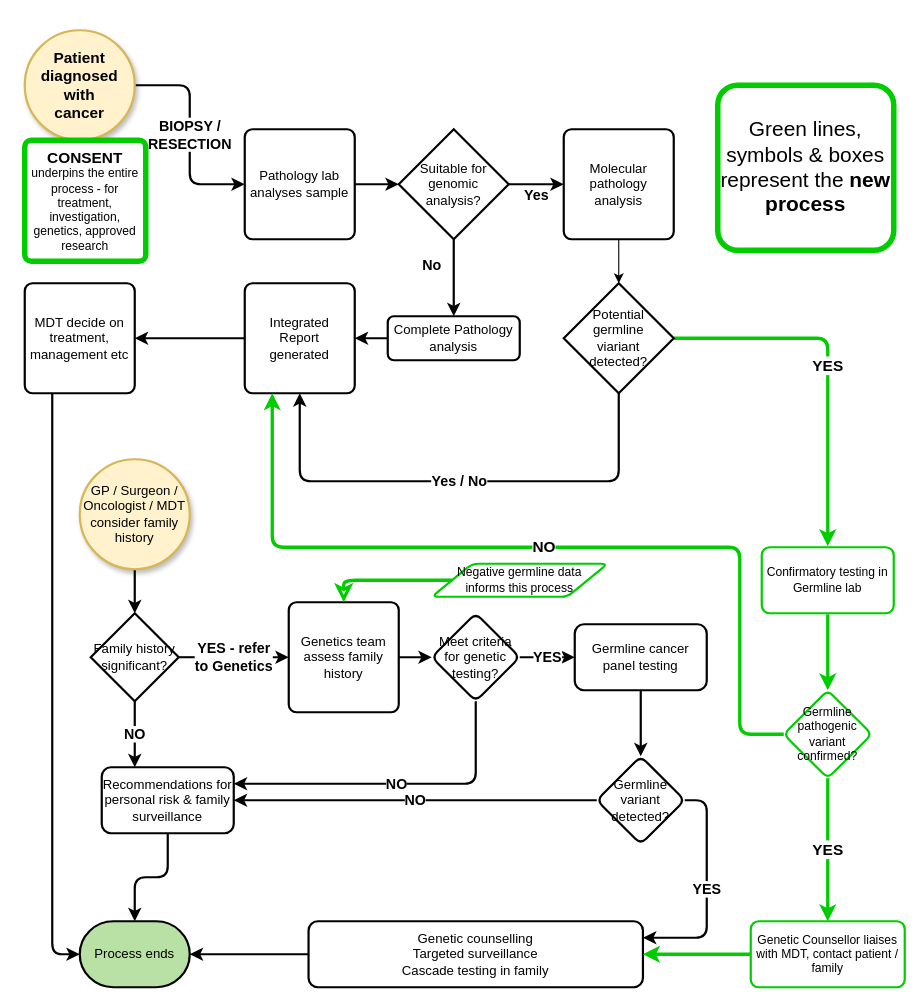
Before: BasicCancerFlow.drawio in mckeelab/cancerflow, a draw.io diagram. Source tidied: cells renumbered, new cells numbered last; positions are measured from the earlier drawing's top-left corner, leaving out a move shared by most shapes. Both pictures are drawn from the tidied source at 110%, with x=0, y=0 at pixel (24, 30).
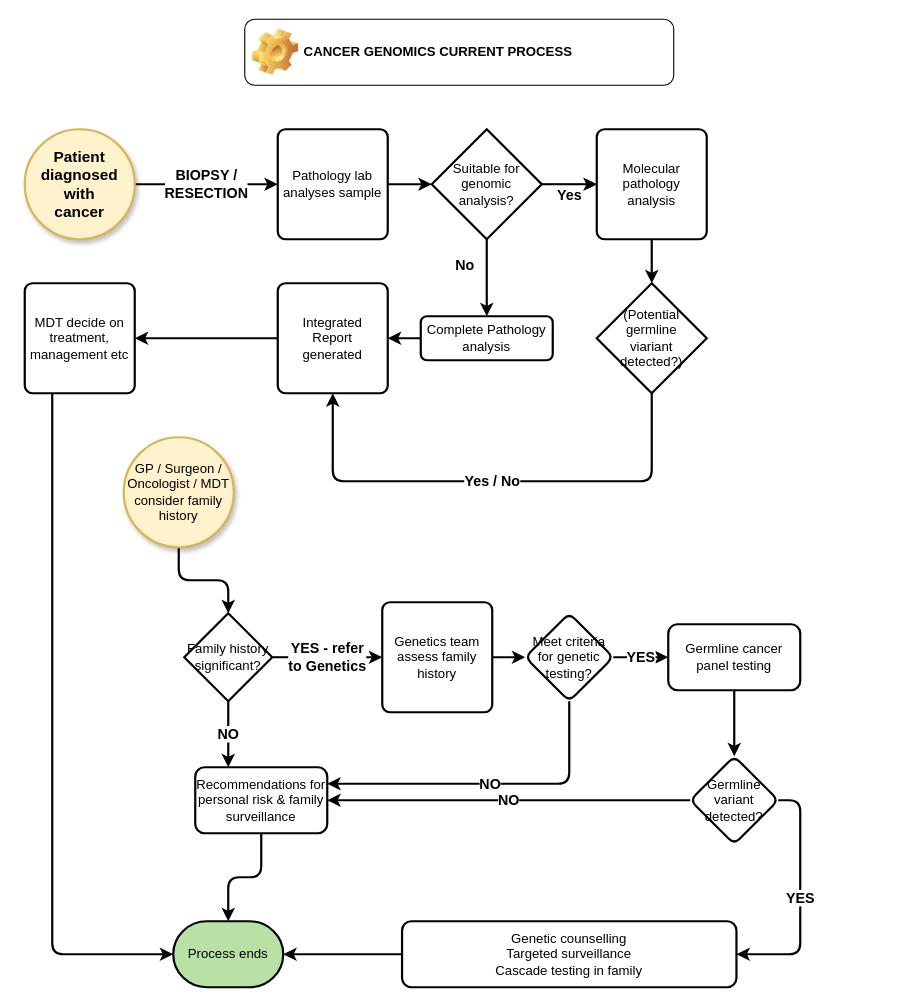
After the change.

What changed in the source:
```diff
@@
     <mxCell id="5" value="Complete Pathology analysis" style="rounded=1;whiteSpace=wrap;html=1;fontSize=12;glass=0;strokeWidth=2;shadow=0;arcSize=14;" parent="1" vertex="1">
-      <mxGeometry x="330" y="260" width="120" height="40" as="geometry" />
+      <mxGeometry x="360" y="260" width="120" height="40" as="geometry" />
     </mxCell>
@@
     <mxCell id="7" value="Pathology lab analyses sample" style="rounded=1;whiteSpace=wrap;html=1;absoluteArcSize=1;arcSize=14;strokeWidth=2;" parent="1" vertex="1">
-      <mxGeometry x="200" y="90" width="100" height="100" as="geometry" />
+      <mxGeometry x="230" y="90" width="100" height="100" as="geometry" />
     </mxCell>
+    <mxCell id="52" style="edgeStyle=orthogonalEdgeStyle;rounded=0;jettySize=auto;html=1;" parent="1" edge="1" source="8" target="11">
+      <mxGeometry relative="1" as="geometry" />
+    </mxCell>
     <mxCell id="8" value="Suitable for genomic analysis?" style="strokeWidth=2;html=1;shape=mxgraph.flowchart.decision;whiteSpace=wrap;rounded=1;arcSize=14;" parent="1" vertex="1">
-      <mxGeometry x="340" y="90" width="100" height="100" as="geometry" />
+      <mxGeometry x="370" y="90" width="100" height="100" as="geometry" />
     </mxCell>
@@
-    <mxCell id="10" style="edgeStyle=orthogonalEdgeStyle;rounded=1;jettySize=auto;html=1;entryX=0.5;entryY=0;entryDx=0;entryDy=0;entryPerimeter=0;" parent="1" edge="1" source="11" target="14">
+    <mxCell id="10" style="edgeStyle=orthogonalEdgeStyle;rounded=1;jettySize=auto;html=1;endArrow=none;fontSize=13;endFill=0;endSize=8;strokeWidth=2;shadow=0;startArrow=classic;startFill=1;fontStyle=1;exitX=0.5;exitY=0;exitDx=0;exitDy=0;exitPerimeter=0;" parent="1" edge="1" source="14" target="11">
       <mxGeometry relative="1" as="geometry" />
     </mxCell>
     <mxCell id="11" value="Molecular pathology analysis" style="rounded=1;whiteSpace=wrap;html=1;absoluteArcSize=1;arcSize=14;strokeWidth=2;" parent="1" vertex="1">
-      <mxGeometry x="490" y="90" width="100" height="100" as="geometry" />
+      <mxGeometry x="520" y="90" width="100" height="100" as="geometry" />
     </mxCell>
     <mxCell id="12" value="Yes / No" style="edgeStyle=orthogonalEdgeStyle;rounded=1;jettySize=auto;html=1;entryX=0.5;entryY=1;entryDx=0;entryDy=0;exitX=0.5;exitY=1;exitDx=0;exitDy=0;endArrow=none;fontSize=13;startArrow=classic;startFill=1;endFill=0;fontStyle=1;strokeWidth=2;entryPerimeter=0;" parent="1" edge="1" source="16" target="14">
       <mxGeometry relative="1" as="geometry">
         <Array as="points">
-          <mxPoint x="250" y="410" />
-          <mxPoint x="540" y="410" />
+          <mxPoint x="280" y="410" />
+          <mxPoint x="570" y="410" />
         </Array>
       </mxGeometry>
     </mxCell>
-    <mxCell id="13" value="YES" style="edgeStyle=orthogonalEdgeStyle;shape=connector;rounded=1;jettySize=auto;html=1;labelBackgroundColor=default;strokeColor=#00CC00;fontFamily=Helvetica;fontSize=14;fontColor=default;endArrow=classic;strokeWidth=3;fontStyle=1;" parent="1" edge="1" source="14" target="42">
-      <mxGeometry relative="1" as="geometry" />
-    </mxCell>
-    <mxCell id="14" value="Potential &lt;br&gt;germline &lt;br&gt;viariant &lt;br&gt;detected?" style="strokeWidth=2;html=1;shape=mxgraph.flowchart.decision;whiteSpace=wrap;rounded=1;arcSize=14;" parent="1" vertex="1">
-      <mxGeometry x="490" y="230" width="100" height="100" as="geometry" />
+    <mxCell id="14" value="(Potential &lt;br&gt;germline &lt;br&gt;viariant &lt;br&gt;detected?)" style="strokeWidth=2;html=1;shape=mxgraph.flowchart.decision;whiteSpace=wrap;rounded=1;arcSize=14;" parent="1" vertex="1">
+      <mxGeometry x="520" y="230" width="100" height="100" as="geometry" />
     </mxCell>
@@
     <mxCell id="16" value="Integrated &lt;br&gt;Report &lt;br&gt;generated" style="rounded=1;whiteSpace=wrap;html=1;absoluteArcSize=1;arcSize=14;strokeWidth=2;" parent="1" vertex="1">
-      <mxGeometry x="200" y="230" width="100" height="100" as="geometry" />
+      <mxGeometry x="230" y="230" width="100" height="100" as="geometry" />
     </mxCell>
@@
     <mxCell id="19" value="Patient &lt;br style=&quot;font-size: 14px;&quot;&gt;diagnosed with &lt;br style=&quot;font-size: 14px;&quot;&gt;cancer" style="strokeWidth=2;html=1;shape=mxgraph.flowchart.start_2;whiteSpace=wrap;fillColor=#fff2cc;strokeColor=#d6b656;shadow=1;fontSize=14;fontStyle=1;" parent="1" vertex="1">
-      <mxGeometry width="100" height="100" as="geometry" />
+      <mxGeometry y="90" width="100" height="100" as="geometry" />
     </mxCell>
@@
     <mxCell id="21" value="GP / Surgeon / Oncologist / MDT consider family history" style="strokeWidth=2;html=1;shape=mxgraph.flowchart.start_2;whiteSpace=wrap;fillColor=#fff2cc;strokeColor=#d6b656;shadow=1;" parent="1" vertex="1">
-      <mxGeometry x="50" y="390" width="100" height="100" as="geometry" />
+      <mxGeometry x="90" y="370" width="100" height="100" as="geometry" />
     </mxCell>
@@
     <mxCell id="23" style="edgeStyle=orthogonalEdgeStyle;rounded=0;jettySize=auto;html=1;" parent="1" edge="1" source="24">
       <mxGeometry relative="1" as="geometry">
-        <mxPoint x="200" y="570" as="targetPoint" />
+        <mxPoint x="285" y="570" as="targetPoint" />
       </mxGeometry>
     </mxCell>
     <mxCell id="24" value="Family history significant?" style="rhombus;whiteSpace=wrap;html=1;strokeWidth=2;" parent="1" vertex="1">
-      <mxGeometry x="60" y="530" width="80" height="80" as="geometry" />
+      <mxGeometry x="145" y="530" width="80" height="80" as="geometry" />
     </mxCell>
     <mxCell id="25" value="Process ends" style="strokeWidth=2;html=1;shape=mxgraph.flowchart.terminator;whiteSpace=wrap;fillColor=#B9E0A5;" parent="1" vertex="1">
-      <mxGeometry x="50" y="810" width="100" height="60" as="geometry" />
+      <mxGeometry x="135" y="810" width="100" height="60" as="geometry" />
     </mxCell>
@@
     <mxCell id="28" value="Genetics team assess family history" style="rounded=1;whiteSpace=wrap;html=1;absoluteArcSize=1;arcSize=14;strokeWidth=2;" parent="1" vertex="1">
-      <mxGeometry x="240" y="520" width="100" height="100" as="geometry" />
+      <mxGeometry x="325" y="520" width="100" height="100" as="geometry" />
     </mxCell>
@@
     <mxCell id="31" value="Meet criteria for genetic testing?" style="rhombus;whiteSpace=wrap;html=1;rounded=1;arcSize=14;strokeWidth=2;" parent="1" vertex="1">
-      <mxGeometry x="370" y="530" width="80" height="80" as="geometry" />
+      <mxGeometry x="455" y="530" width="80" height="80" as="geometry" />
     </mxCell>
@@
     <mxCell id="33" value="Recommendations for personal risk &amp;amp; family surveillance" style="whiteSpace=wrap;html=1;rounded=1;arcSize=14;strokeWidth=2;" parent="1" vertex="1">
-      <mxGeometry x="70" y="670" width="120" height="60" as="geometry" />
+      <mxGeometry x="155" y="670" width="120" height="60" as="geometry" />
     </mxCell>
@@
     <mxCell id="35" value="Germline cancer panel testing" style="whiteSpace=wrap;html=1;rounded=1;arcSize=14;strokeWidth=2;" parent="1" vertex="1">
-      <mxGeometry x="500" y="540" width="120" height="60" as="geometry" />
+      <mxGeometry x="585" y="540" width="120" height="60" as="geometry" />
     </mxCell>
@@
-    <mxCell id="37" value="YES" style="edgeStyle=orthogonalEdgeStyle;rounded=1;jettySize=auto;html=1;exitX=1;exitY=0.25;exitDx=0;exitDy=0;entryX=1;entryY=0.5;entryDx=0;entryDy=0;endArrow=none;fontSize=13;startArrow=classic;startFill=1;endFill=0;fontStyle=1;strokeWidth=2;" parent="1" edge="1" source="40" target="38">
+    <mxCell id="37" value="YES" style="edgeStyle=orthogonalEdgeStyle;rounded=1;jettySize=auto;html=1;exitX=1;exitY=0.5;exitDx=0;exitDy=0;entryX=1;entryY=0.5;entryDx=0;entryDy=0;endArrow=none;fontSize=13;startArrow=classic;startFill=1;endFill=0;fontStyle=1;strokeWidth=2;" parent="1" edge="1" source="40" target="38">
       <mxGeometry relative="1" as="geometry" />
     </mxCell>
     <mxCell id="38" value="Germline&lt;br&gt;variant&lt;br&gt;detected?" style="rhombus;whiteSpace=wrap;html=1;rounded=1;arcSize=14;strokeWidth=2;" parent="1" vertex="1">
-      <mxGeometry x="520" y="660" width="80" height="80" as="geometry" />
+      <mxGeometry x="605" y="660" width="80" height="80" as="geometry" />
     </mxCell>
@@
     <mxCell id="40" value="Genetic counselling&lt;br&gt;Targeted surveillance&lt;br&gt;Cascade testing in family" style="whiteSpace=wrap;html=1;rounded=1;arcSize=14;strokeWidth=2;" parent="1" vertex="1">
-      <mxGeometry x="258" y="810" width="304" height="60" as="geometry" />
+      <mxGeometry x="343" y="810" width="304" height="60" as="geometry" />
     </mxCell>
-    <mxCell id="41" style="edgeStyle=orthogonalEdgeStyle;shape=connector;rounded=1;jettySize=auto;html=1;labelBackgroundColor=default;strokeColor=#00CC00;fontFamily=Helvetica;fontSize=11;fontColor=default;endArrow=classic;strokeWidth=3;" parent="1" edge="1" source="42" target="45">
-      <mxGeometry relative="1" as="geometry" />
-    </mxCell>
-    <mxCell id="42" value="Confirmatory testing in Germline lab" style="whiteSpace=wrap;html=1;strokeWidth=2;perimeterSpacing=1;rounded=1;fontSize=11;strokeColor=#00CC00;arcSize=12;" parent="1" vertex="1">
-      <mxGeometry x="670" y="470" width="120" height="60" as="geometry" />
-    </mxCell>
-    <mxCell id="43" value="NO" style="edgeStyle=orthogonalEdgeStyle;shape=connector;rounded=1;jettySize=auto;html=1;labelBackgroundColor=default;strokeColor=#00CC00;fontFamily=Helvetica;fontSize=14;fontColor=default;endArrow=classic;strokeWidth=3;entryX=0.25;entryY=1;entryDx=0;entryDy=0;fontStyle=1;" parent="1" edge="1" source="45" target="16">
-      <mxGeometry relative="1" as="geometry">
-        <Array as="points">
-          <mxPoint x="650" y="640" />
-          <mxPoint x="650" y="470" />
-          <mxPoint x="225" y="470" />
-        </Array>
-      </mxGeometry>
-    </mxCell>
-    <mxCell id="44" value="YES" style="edgeStyle=orthogonalEdgeStyle;shape=connector;rounded=1;jettySize=auto;html=1;labelBackgroundColor=default;strokeColor=#00CC00;fontFamily=Helvetica;fontSize=14;fontColor=default;endArrow=classic;strokeWidth=3;fontStyle=1;" parent="1" edge="1" source="45" target="47">
-      <mxGeometry relative="1" as="geometry" />
-    </mxCell>
-    <mxCell id="45" value="Germline pathogenic variant confirmed?" style="rhombus;whiteSpace=wrap;html=1;strokeWidth=2;rounded=1;fontSize=11;strokeColor=#00CC00;arcSize=12;" parent="1" vertex="1">
-      <mxGeometry x="690" y="600" width="80" height="80" as="geometry" />
-    </mxCell>
-    <mxCell id="46" style="edgeStyle=orthogonalEdgeStyle;shape=connector;rounded=1;jettySize=auto;html=1;entryX=1;entryY=0.5;entryDx=0;entryDy=0;labelBackgroundColor=default;strokeColor=#00CC00;fontFamily=Helvetica;fontSize=11;fontColor=default;endArrow=classic;strokeWidth=3;" parent="1" edge="1" source="47" target="40">
-      <mxGeometry relative="1" as="geometry" />
-    </mxCell>
-    <mxCell id="47" value="Genetic Counsellor liaises with MDT, contact patient / family" style="whiteSpace=wrap;html=1;strokeWidth=2;rounded=1;fontSize=11;strokeColor=#00CC00;arcSize=12;" parent="1" vertex="1">
-      <mxGeometry x="660" y="810" width="140" height="60" as="geometry" />
-    </mxCell>
-    <mxCell id="48" style="edgeStyle=orthogonalEdgeStyle;shape=connector;rounded=1;jettySize=auto;html=1;entryX=0.5;entryY=0;entryDx=0;entryDy=0;shadow=0;labelBackgroundColor=default;strokeColor=#00CC00;strokeWidth=3;fontFamily=Helvetica;fontSize=14;fontColor=default;endArrow=classic;endFill=0;endSize=8;fontStyle=1;" parent="1" edge="1" source="49" target="28">
-      <mxGeometry relative="1" as="geometry" />
-    </mxCell>
-    <mxCell id="49" value="Negative germline data &lt;br&gt;informs this process" style="shape=parallelogram;html=1;strokeWidth=2;perimeter=parallelogramPerimeter;whiteSpace=wrap;rounded=1;arcSize=12;size=0.23;fontFamily=Helvetica;fontSize=11;fontColor=default;strokeColor=#00CC00;" parent="1" vertex="1">
-      <mxGeometry x="370" y="485" width="160" height="30" as="geometry" />
-    </mxCell>
-    <mxCell id="50" value="Green lines, symbols &amp;amp; boxes represent the &lt;b style=&quot;font-size: 19px;&quot;&gt;new process&lt;/b&gt;" style="rounded=1;whiteSpace=wrap;html=1;fontFamily=Helvetica;fontSize=19;fontColor=default;strokeColor=#00CC00;strokeWidth=5;arcSize=12;" parent="1" vertex="1">
-      <mxGeometry x="630" y="50" width="160" height="150" as="geometry" />
-    </mxCell>
-    <mxCell id="51" value="&lt;b style=&quot;&quot;&gt;&lt;font style=&quot;font-size: 14px;&quot;&gt;CONSENT&lt;/font&gt;&lt;br&gt;&lt;/b&gt;underpins the entire process - for treatment, investigation, genetics, approved research" style="rounded=1;whiteSpace=wrap;html=1;absoluteArcSize=1;arcSize=12;strokeWidth=5;fontFamily=Helvetica;fontSize=11;fontColor=default;strokeColor=#00CC00;" parent="1" vertex="1">
-      <mxGeometry y="100" width="110" height="110" as="geometry" />
-    </mxCell>
+    <mxCell id="53" value="CANCER GENOMICS CURRENT PROCESS" style="label;whiteSpace=wrap;html=1;image=img/clipart/Gear_128x128.png;" parent="1" vertex="1">
+      <mxGeometry x="200" y="-10" width="390" height="60" as="geometry" />
+    </mxCell>
```
